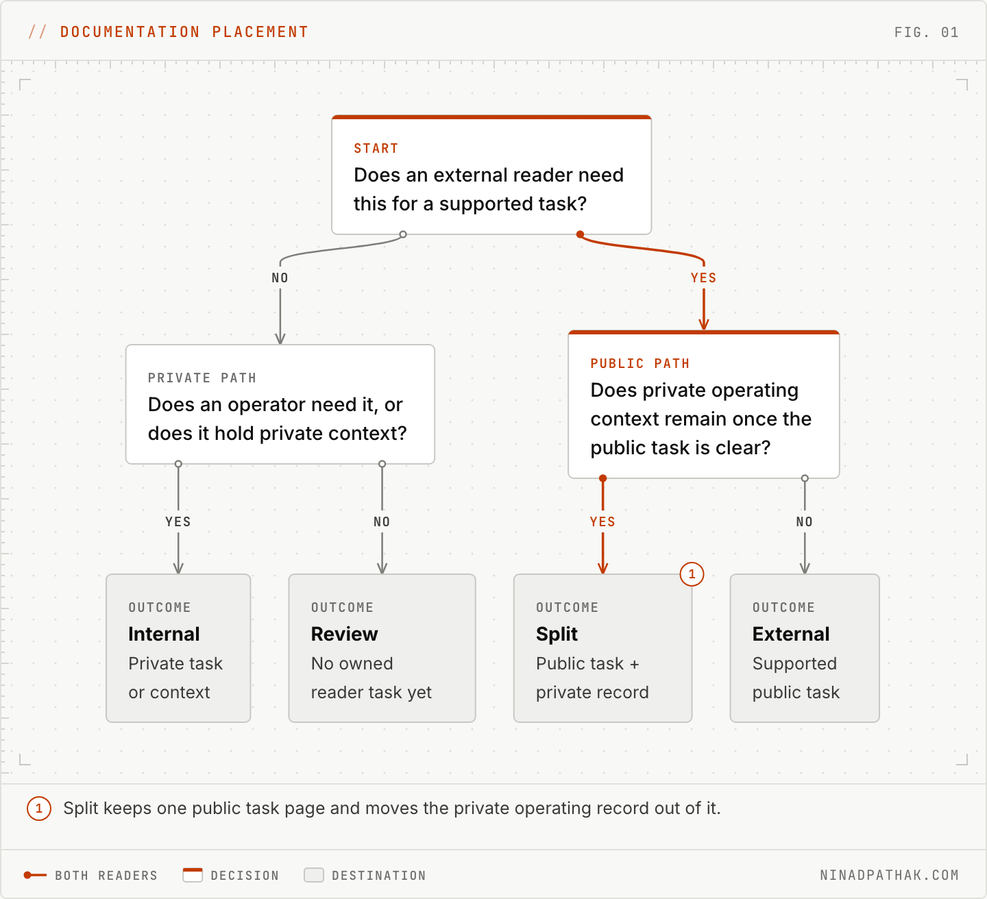
The Mermaid diagram static/images/diagrams/internal-vs-external-docs/documentation-placement.light.png in ninadpathak/ninadpathak, before a commit. Its source is kept beside it as content/diagrams/internal-vs-external-docs/documentation-placement.mmd. Source of this version:
```mermaid
flowchart TB
  reader["§Start
Does an external reader need this for a supported task?"]:::accent
  private["§Private path
Does an operator need it, or does it hold private context?"]
  public["§Public path
Does private operating context remain once the public task is clear?"]:::accent
  internal["`§Outcome
**Internal**
~Private task
or context`"]:::outcome
  review["`§Outcome
**Review**
~No owned
reader task yet`"]:::outcome
  split["`§Outcome
**Split**
~Public task +
private record`"]:::outcome
  external["`§Outcome
**External**
~Supported
public task`"]:::outcome
  reader -->|no| private
  reader -->|yes| public
  private -->|yes| internal
  private -->|no| review
  public -->|yes| split
  public -->|no| external
```
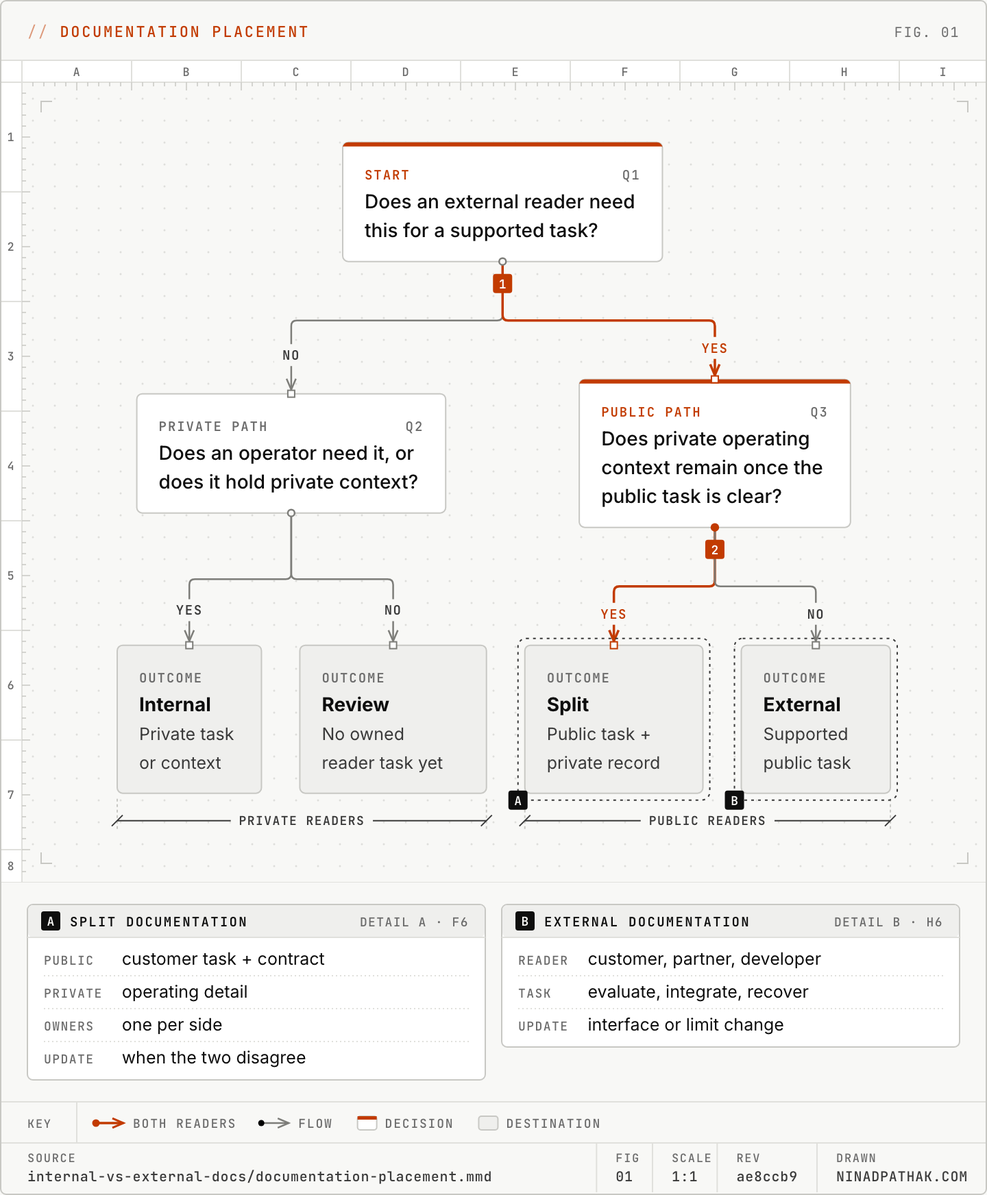
The same file after the commit.

Diff of the diagram source:
```diff
@@ -1,9 +1,9 @@
 flowchart TB
-  reader["§Start
+  reader["§Start | Q1
 Does an external reader need this for a supported task?"]:::accent
-  private["§Private path
+  private["§Private path | Q2
 Does an operator need it, or does it hold private context?"]
-  public["§Public path
+  public["§Public path | Q3
 Does private operating context remain once the public task is clear?"]:::accent
   internal["`§Outcome
 **Internal**
```
